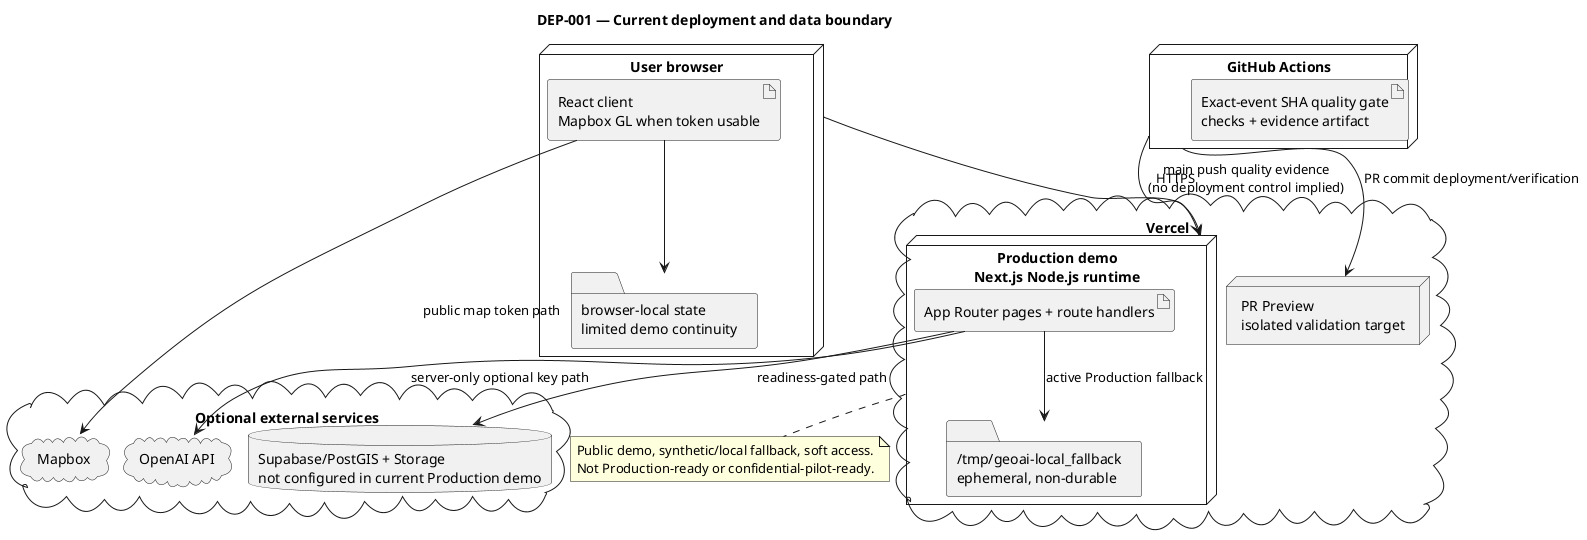
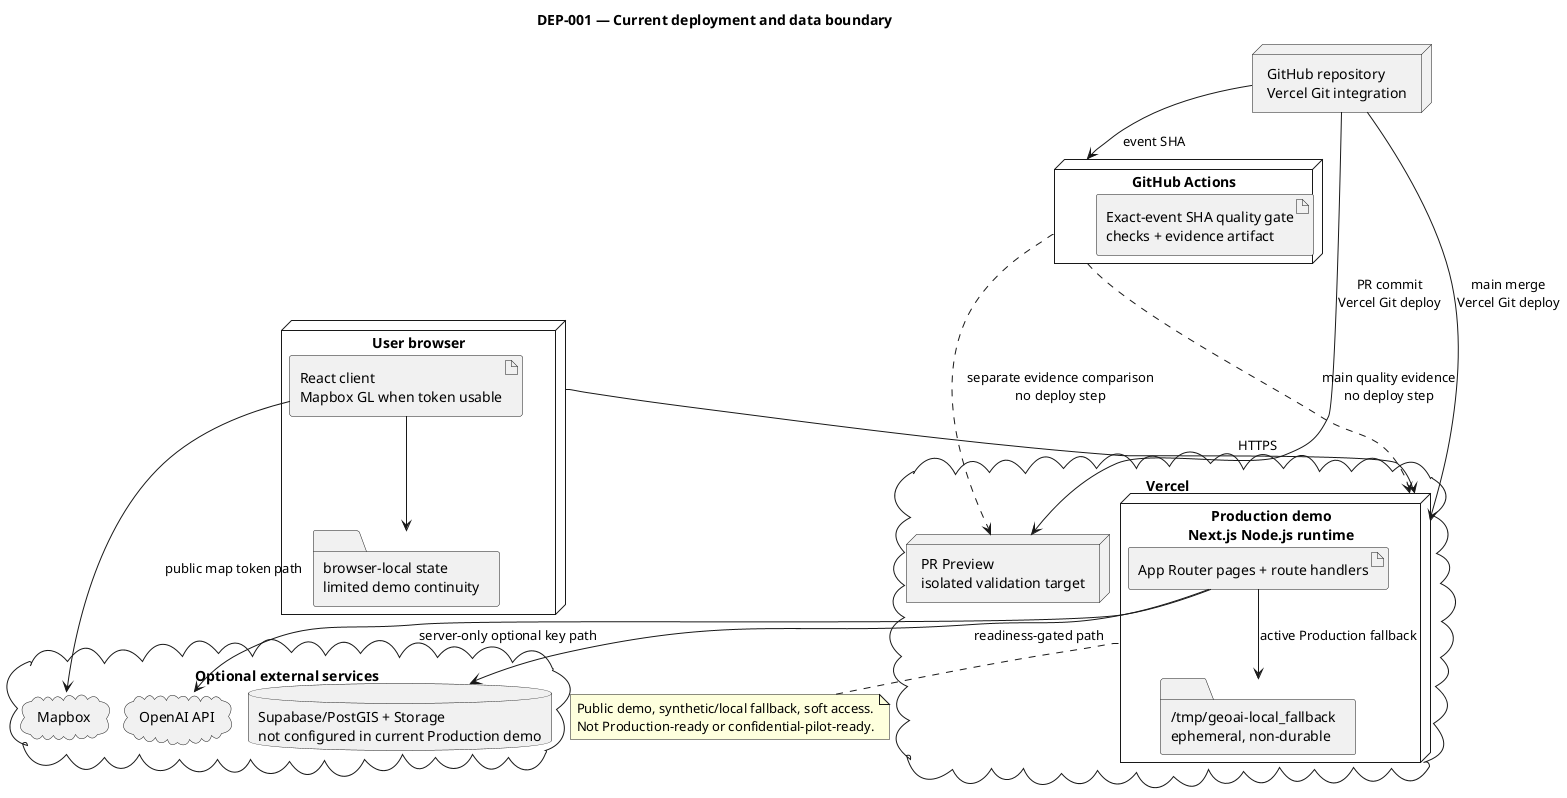
@startuml DEP-001
!pragma layout smetana
title DEP-001 — Current deployment and data boundary
skinparam backgroundColor #FFFFFF
skinparam shadowing false
skinparam defaultFontName Arial

node "User browser" as Browser {
  artifact "React client\nMapbox GL when token usable" as Client
  folder "browser-local state\nlimited demo continuity" as BrowserStore
}
cloud "Vercel" as Vercel {
  node "Production demo\nNext.js Node.js runtime" as Production {
    artifact "App Router pages + route handlers" as App
    folder "/tmp/geoai-local_fallback\nephemeral, non-durable" as Tmp
  }
  node "PR Preview\nisolated validation target" as Preview
}
cloud "Optional external services" as External {
  cloud "Mapbox" as Mapbox
  cloud "OpenAI API" as OpenAI
  database "Supabase/PostGIS + Storage\nnot configured in current Production demo" as Supabase
}
node "GitHub Actions" as CI {
  artifact "Exact-event SHA quality gate\nchecks + evidence artifact" as Gate
}
+ node "GitHub repository\nVercel Git integration" as Git

Browser --> Production : HTTPS
Client --> BrowserStore
Client --> Mapbox : public map token path
App --> OpenAI : server-only optional key path
App --> Supabase : readiness-gated path
App --> Tmp : active Production fallback
- CI --> Preview : PR commit deployment/verification
- CI --> Production : main push quality evidence\n(no deployment control implied)
+ Git -down-> Preview : PR commit\nVercel Git deploy
+ Git -down-> Production : main merge\nVercel Git deploy
+ Git -down-> CI : event SHA
+ CI ..down-> Preview : separate evidence comparison\nno deploy step
+ CI ..down-> Production : main quality evidence\nno deploy step

note bottom of Production
Public demo, synthetic/local fallback, soft access.
Not Production-ready or confidential-pilot-ready.
end note
@enduml
